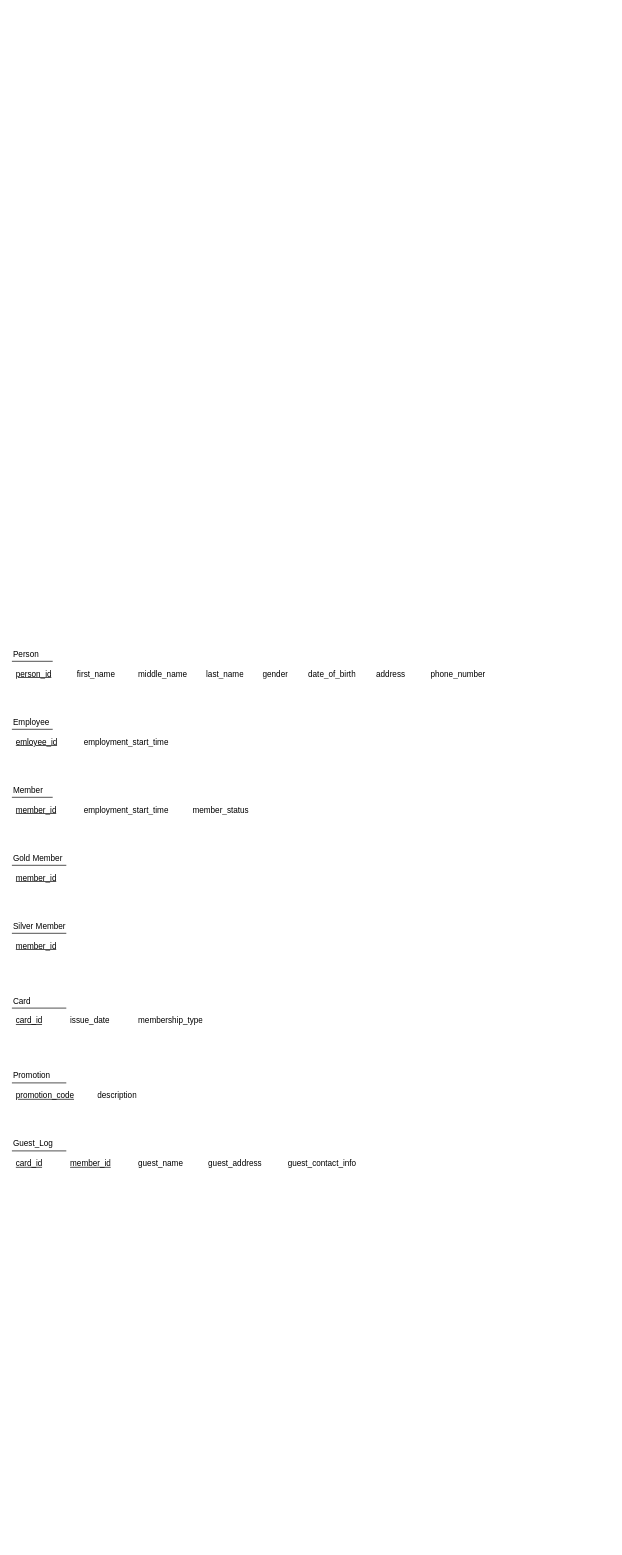
AO-5002/cs4347-EER-project keeps this draw.io diagram as page "RELATIONAL SCHEMA" (2 of 2) of CS4347 - Project.drawio. Above is the earlier version. Source tidied: cells renumbered, new cells numbered last; positions are measured from the earlier drawing's top-left corner, leaving out a move shared by most shapes. Both pictures are drawn from the tidied source at 68%, with x=0, y=0 at pixel (12, 644).
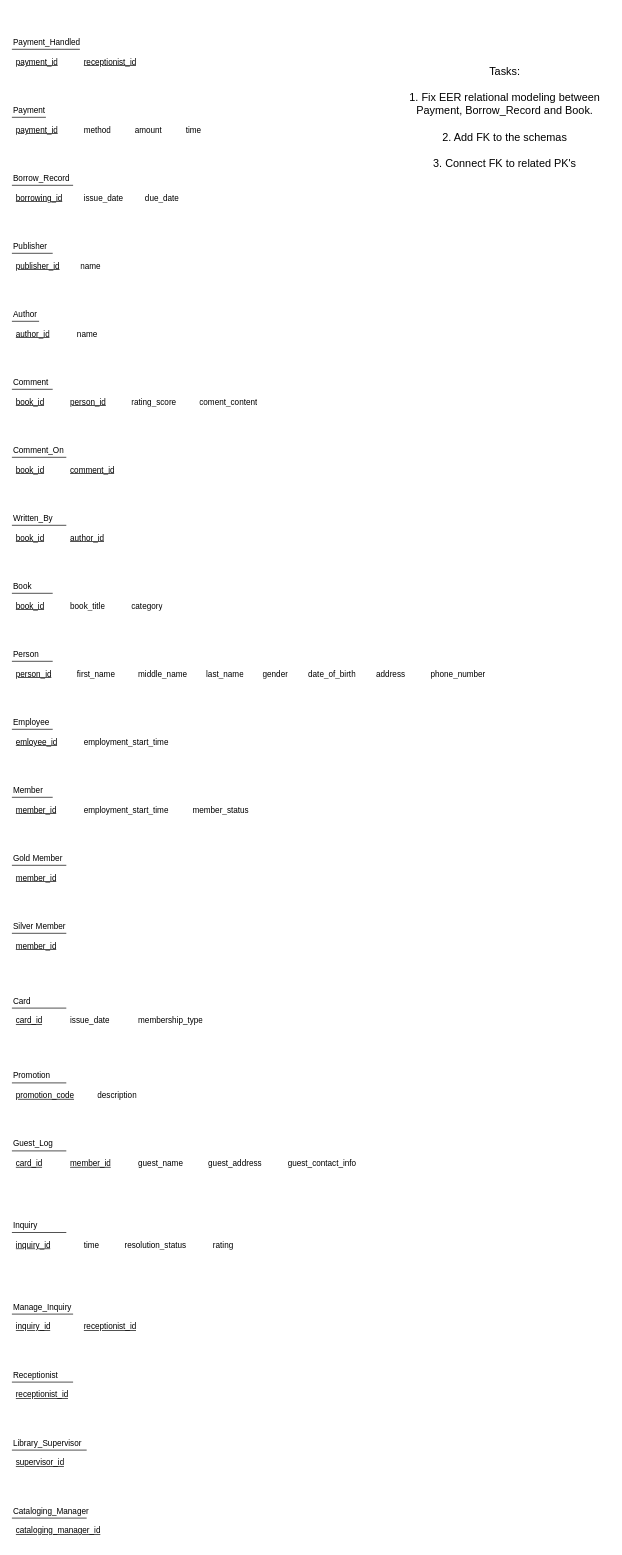
The same diagram, later.

Commit message (it also covers changes not shown here):
Created remaining relational schemas

Change to the diagram source:
```diff
@@
+    <mxCell id="43" value="Book" style="text;html=1;whiteSpace=wrap;strokeColor=none;fillColor=none;align=left;verticalAlign=middle;rounded=0;" parent="1" vertex="1">
+      <mxGeometry y="-100" width="80" height="30" as="geometry" />
+    </mxCell>
+    <mxCell id="44" style="line;strokeWidth=1;dashed=0;labelPosition=right;align=left;verticalAlign=middle;spacingTop=0;spacingLeft=6;" parent="1" vertex="1">
+      <mxGeometry y="-80" width="60" height="10" as="geometry" />
+    </mxCell>
+    <mxCell id="45" value="&lt;u&gt;book_id&lt;/u&gt;" style="text;strokeColor=none;fillColor=none;spacingLeft=4;spacingRight=4;overflow=hidden;fontSize=12;whiteSpace=wrap;html=1;" parent="1" vertex="1">
+      <mxGeometry y="-70" width="80" height="30" as="geometry" />
+    </mxCell>
+    <mxCell id="46" value="book_title" style="text;strokeColor=none;fillColor=none;spacingLeft=4;spacingRight=4;overflow=hidden;fontSize=12;whiteSpace=wrap;html=1;" parent="1" vertex="1">
+      <mxGeometry x="80" y="-70" width="150" height="30" as="geometry" />
+    </mxCell>
+    <mxCell id="47" value="category" style="text;strokeColor=none;fillColor=none;spacingLeft=4;spacingRight=4;overflow=hidden;fontSize=12;whiteSpace=wrap;html=1;" parent="1" vertex="1">
+      <mxGeometry x="170" y="-70" width="150" height="30" as="geometry" />
+    </mxCell>
+    <mxCell id="48" value="Comment" style="text;html=1;whiteSpace=wrap;strokeColor=none;fillColor=none;align=left;verticalAlign=middle;rounded=0;" parent="1" vertex="1">
+      <mxGeometry y="-400" width="80" height="30" as="geometry" />
+    </mxCell>
+    <mxCell id="49" style="line;strokeWidth=1;dashed=0;labelPosition=right;align=left;verticalAlign=middle;spacingTop=0;spacingLeft=6;" parent="1" vertex="1">
+      <mxGeometry y="-380" width="60" height="10" as="geometry" />
+    </mxCell>
+    <mxCell id="50" value="&lt;u&gt;book_id&lt;/u&gt;" style="text;strokeColor=none;fillColor=none;spacingLeft=4;spacingRight=4;overflow=hidden;fontSize=12;whiteSpace=wrap;html=1;" parent="1" vertex="1">
+      <mxGeometry y="-370" width="80" height="30" as="geometry" />
+    </mxCell>
+    <mxCell id="51" value="&lt;u&gt;person_id&lt;/u&gt;" style="text;strokeColor=none;fillColor=none;spacingLeft=4;spacingRight=4;overflow=hidden;fontSize=12;whiteSpace=wrap;html=1;" parent="1" vertex="1">
+      <mxGeometry x="80" y="-370" width="70" height="30" as="geometry" />
+    </mxCell>
+    <mxCell id="52" value="rating_score" style="text;strokeColor=none;fillColor=none;spacingLeft=4;spacingRight=4;overflow=hidden;fontSize=12;whiteSpace=wrap;html=1;" parent="1" vertex="1">
+      <mxGeometry x="170" y="-370" width="80" height="30" as="geometry" />
+    </mxCell>
+    <mxCell id="53" value="coment_content" style="text;strokeColor=none;fillColor=none;spacingLeft=4;spacingRight=4;overflow=hidden;fontSize=12;whiteSpace=wrap;html=1;" parent="1" vertex="1">
+      <mxGeometry x="270" y="-370" width="110" height="30" as="geometry" />
+    </mxCell>
+    <mxCell id="54" value="Comment_On" style="text;html=1;whiteSpace=wrap;strokeColor=none;fillColor=none;align=left;verticalAlign=middle;rounded=0;" parent="1" vertex="1">
+      <mxGeometry y="-300" width="90" height="30" as="geometry" />
+    </mxCell>
+    <mxCell id="55" style="line;strokeWidth=1;dashed=0;labelPosition=right;align=left;verticalAlign=middle;spacingTop=0;spacingLeft=6;" parent="1" vertex="1">
+      <mxGeometry y="-280" width="80" height="10" as="geometry" />
+    </mxCell>
+    <mxCell id="56" value="&lt;u&gt;book_id&lt;/u&gt;" style="text;strokeColor=none;fillColor=none;spacingLeft=4;spacingRight=4;overflow=hidden;fontSize=12;whiteSpace=wrap;html=1;" parent="1" vertex="1">
+      <mxGeometry y="-270" width="80" height="30" as="geometry" />
+    </mxCell>
+    <mxCell id="57" value="&lt;u&gt;comment_id&lt;/u&gt;" style="text;strokeColor=none;fillColor=none;spacingLeft=4;spacingRight=4;overflow=hidden;fontSize=12;whiteSpace=wrap;html=1;" parent="1" vertex="1">
+      <mxGeometry x="80" y="-270" width="80" height="30" as="geometry" />
+    </mxCell>
+    <mxCell id="58" value="Author" style="text;html=1;whiteSpace=wrap;strokeColor=none;fillColor=none;align=left;verticalAlign=middle;rounded=0;" parent="1" vertex="1">
+      <mxGeometry y="-500" width="80" height="30" as="geometry" />
+    </mxCell>
+    <mxCell id="59" style="line;strokeWidth=1;dashed=0;labelPosition=right;align=left;verticalAlign=middle;spacingTop=0;spacingLeft=6;" parent="1" vertex="1">
+      <mxGeometry y="-480" width="40" height="10" as="geometry" />
+    </mxCell>
+    <mxCell id="60" value="&lt;u&gt;author_id&lt;/u&gt;" style="text;strokeColor=none;fillColor=none;spacingLeft=4;spacingRight=4;overflow=hidden;fontSize=12;whiteSpace=wrap;html=1;" parent="1" vertex="1">
+      <mxGeometry y="-470" width="80" height="30" as="geometry" />
+    </mxCell>
+    <mxCell id="61" value="name" style="text;strokeColor=none;fillColor=none;spacingLeft=4;spacingRight=4;overflow=hidden;fontSize=12;whiteSpace=wrap;html=1;" parent="1" vertex="1">
+      <mxGeometry x="90" y="-470" width="70" height="30" as="geometry" />
+    </mxCell>
+    <mxCell id="62" value="Written_By" style="text;html=1;whiteSpace=wrap;strokeColor=none;fillColor=none;align=left;verticalAlign=middle;rounded=0;" parent="1" vertex="1">
+      <mxGeometry y="-200" width="90" height="30" as="geometry" />
+    </mxCell>
+    <mxCell id="63" style="line;strokeWidth=1;dashed=0;labelPosition=right;align=left;verticalAlign=middle;spacingTop=0;spacingLeft=6;" parent="1" vertex="1">
+      <mxGeometry y="-180" width="80" height="10" as="geometry" />
+    </mxCell>
+    <mxCell id="64" value="&lt;u&gt;book_id&lt;/u&gt;" style="text;strokeColor=none;fillColor=none;spacingLeft=4;spacingRight=4;overflow=hidden;fontSize=12;whiteSpace=wrap;html=1;" parent="1" vertex="1">
+      <mxGeometry y="-170" width="80" height="30" as="geometry" />
+    </mxCell>
+    <mxCell id="65" value="&lt;u&gt;author_id&lt;/u&gt;" style="text;strokeColor=none;fillColor=none;spacingLeft=4;spacingRight=4;overflow=hidden;fontSize=12;whiteSpace=wrap;html=1;" parent="1" vertex="1">
+      <mxGeometry x="80" y="-170" width="80" height="30" as="geometry" />
+    </mxCell>
+    <mxCell id="66" value="Publisher" style="text;html=1;whiteSpace=wrap;strokeColor=none;fillColor=none;align=left;verticalAlign=middle;rounded=0;" parent="1" vertex="1">
+      <mxGeometry y="-600" width="80" height="30" as="geometry" />
+    </mxCell>
+    <mxCell id="67" style="line;strokeWidth=1;dashed=0;labelPosition=right;align=left;verticalAlign=middle;spacingTop=0;spacingLeft=6;" parent="1" vertex="1">
+      <mxGeometry y="-580" width="60" height="10" as="geometry" />
+    </mxCell>
+    <mxCell id="68" value="&lt;u&gt;publisher_id&lt;/u&gt;" style="text;strokeColor=none;fillColor=none;spacingLeft=4;spacingRight=4;overflow=hidden;fontSize=12;whiteSpace=wrap;html=1;" parent="1" vertex="1">
+      <mxGeometry y="-570" width="80" height="30" as="geometry" />
+    </mxCell>
+    <mxCell id="69" value="name" style="text;strokeColor=none;fillColor=none;spacingLeft=4;spacingRight=4;overflow=hidden;fontSize=12;whiteSpace=wrap;html=1;" parent="1" vertex="1">
+      <mxGeometry x="95" y="-570" width="70" height="30" as="geometry" />
+    </mxCell>
+    <mxCell id="70" value="Borrow_Record" style="text;html=1;whiteSpace=wrap;strokeColor=none;fillColor=none;align=left;verticalAlign=middle;rounded=0;" parent="1" vertex="1">
+      <mxGeometry y="-700" width="100" height="30" as="geometry" />
+    </mxCell>
+    <mxCell id="71" style="line;strokeWidth=1;dashed=0;labelPosition=right;align=left;verticalAlign=middle;spacingTop=0;spacingLeft=6;" parent="1" vertex="1">
+      <mxGeometry y="-680" width="90" height="10" as="geometry" />
+    </mxCell>
+    <mxCell id="72" value="&lt;u&gt;borrowing_id&lt;/u&gt;" style="text;strokeColor=none;fillColor=none;spacingLeft=4;spacingRight=4;overflow=hidden;fontSize=12;whiteSpace=wrap;html=1;" parent="1" vertex="1">
+      <mxGeometry y="-670" width="80" height="30" as="geometry" />
+    </mxCell>
+    <mxCell id="73" value="issue_date" style="text;strokeColor=none;fillColor=none;spacingLeft=4;spacingRight=4;overflow=hidden;fontSize=12;whiteSpace=wrap;html=1;" parent="1" vertex="1">
+      <mxGeometry x="100" y="-670" width="70" height="30" as="geometry" />
+    </mxCell>
+    <mxCell id="74" value="due_date" style="text;strokeColor=none;fillColor=none;spacingLeft=4;spacingRight=4;overflow=hidden;fontSize=12;whiteSpace=wrap;html=1;" parent="1" vertex="1">
+      <mxGeometry x="190" y="-670" width="70" height="30" as="geometry" />
+    </mxCell>
+    <mxCell id="75" value="Payment" style="text;html=1;whiteSpace=wrap;strokeColor=none;fillColor=none;align=left;verticalAlign=middle;rounded=0;" parent="1" vertex="1">
+      <mxGeometry y="-800" width="100" height="30" as="geometry" />
+    </mxCell>
+    <mxCell id="76" style="line;strokeWidth=1;dashed=0;labelPosition=right;align=left;verticalAlign=middle;spacingTop=0;spacingLeft=6;" parent="1" vertex="1">
+      <mxGeometry y="-780" width="50" height="10" as="geometry" />
+    </mxCell>
+    <mxCell id="77" value="&lt;u&gt;payment_id&lt;/u&gt;" style="text;strokeColor=none;fillColor=none;spacingLeft=4;spacingRight=4;overflow=hidden;fontSize=12;whiteSpace=wrap;html=1;" parent="1" vertex="1">
+      <mxGeometry y="-770" width="80" height="30" as="geometry" />
+    </mxCell>
+    <mxCell id="78" value="method" style="text;strokeColor=none;fillColor=none;spacingLeft=4;spacingRight=4;overflow=hidden;fontSize=12;whiteSpace=wrap;html=1;" parent="1" vertex="1">
+      <mxGeometry x="100" y="-770" width="120" height="30" as="geometry" />
+    </mxCell>
+    <mxCell id="79" value="amount" style="text;strokeColor=none;fillColor=none;spacingLeft=4;spacingRight=4;overflow=hidden;fontSize=12;whiteSpace=wrap;html=1;" parent="1" vertex="1">
+      <mxGeometry x="175" y="-770" width="70" height="30" as="geometry" />
+    </mxCell>
+    <mxCell id="80" value="time" style="text;strokeColor=none;fillColor=none;spacingLeft=4;spacingRight=4;overflow=hidden;fontSize=12;whiteSpace=wrap;html=1;" parent="1" vertex="1">
+      <mxGeometry x="250" y="-770" width="70" height="30" as="geometry" />
+    </mxCell>
+    <mxCell id="81" value="Inquiry" style="text;html=1;whiteSpace=wrap;strokeColor=none;fillColor=none;align=left;verticalAlign=middle;rounded=0;" parent="1" vertex="1">
+      <mxGeometry y="840" width="80" height="30" as="geometry" />
+    </mxCell>
+    <mxCell id="82" style="line;strokeWidth=1;dashed=0;labelPosition=right;align=left;verticalAlign=middle;spacingTop=0;spacingLeft=6;" parent="1" vertex="1">
+      <mxGeometry y="860" width="80" height="10" as="geometry" />
+    </mxCell>
+    <mxCell id="83" value="&lt;u&gt;inquiry_id&lt;/u&gt;" style="text;strokeColor=none;fillColor=none;spacingLeft=4;spacingRight=4;overflow=hidden;fontSize=12;whiteSpace=wrap;html=1;" parent="1" vertex="1">
+      <mxGeometry y="870" width="80" height="30" as="geometry" />
+    </mxCell>
+    <mxCell id="84" value="time" style="text;strokeColor=none;fillColor=none;spacingLeft=4;spacingRight=4;overflow=hidden;fontSize=12;whiteSpace=wrap;html=1;" parent="1" vertex="1">
+      <mxGeometry x="100" y="870" width="80" height="30" as="geometry" />
+    </mxCell>
+    <mxCell id="85" value="resolution_status" style="text;strokeColor=none;fillColor=none;spacingLeft=4;spacingRight=4;overflow=hidden;fontSize=12;whiteSpace=wrap;html=1;" parent="1" vertex="1">
+      <mxGeometry x="160" y="870" width="120" height="30" as="geometry" />
+    </mxCell>
+    <mxCell id="86" value="rating" style="text;strokeColor=none;fillColor=none;spacingLeft=4;spacingRight=4;overflow=hidden;fontSize=12;whiteSpace=wrap;html=1;" parent="1" vertex="1">
+      <mxGeometry x="290" y="870" width="120" height="30" as="geometry" />
+    </mxCell>
+    <mxCell id="87" value="Manage_Inquiry" style="text;html=1;whiteSpace=wrap;strokeColor=none;fillColor=none;align=left;verticalAlign=middle;rounded=0;" parent="1" vertex="1">
+      <mxGeometry y="960" width="120" height="30" as="geometry" />
+    </mxCell>
+    <mxCell id="88" style="line;strokeWidth=1;dashed=0;labelPosition=right;align=left;verticalAlign=middle;spacingTop=0;spacingLeft=6;" parent="1" vertex="1">
+      <mxGeometry y="980" width="90" height="10" as="geometry" />
+    </mxCell>
+    <mxCell id="89" value="&lt;u&gt;inquiry_id&lt;/u&gt;" style="text;strokeColor=none;fillColor=none;spacingLeft=4;spacingRight=4;overflow=hidden;fontSize=12;whiteSpace=wrap;html=1;" parent="1" vertex="1">
+      <mxGeometry y="990" width="80" height="30" as="geometry" />
+    </mxCell>
+    <mxCell id="90" value="&lt;u&gt;receptionist_id&lt;/u&gt;" style="text;strokeColor=none;fillColor=none;spacingLeft=4;spacingRight=4;overflow=hidden;fontSize=12;whiteSpace=wrap;html=1;" parent="1" vertex="1">
+      <mxGeometry x="100" y="990" width="90" height="30" as="geometry" />
+    </mxCell>
+    <mxCell id="91" value="Receptionist" style="text;html=1;whiteSpace=wrap;strokeColor=none;fillColor=none;align=left;verticalAlign=middle;rounded=0;" parent="1" vertex="1">
+      <mxGeometry y="1060" width="120" height="30" as="geometry" />
+    </mxCell>
+    <mxCell id="92" style="line;strokeWidth=1;dashed=0;labelPosition=right;align=left;verticalAlign=middle;spacingTop=0;spacingLeft=6;" parent="1" vertex="1">
+      <mxGeometry y="1080" width="90" height="10" as="geometry" />
+    </mxCell>
+    <mxCell id="93" value="&lt;u&gt;receptionist_id&lt;/u&gt;" style="text;strokeColor=none;fillColor=none;spacingLeft=4;spacingRight=4;overflow=hidden;fontSize=12;whiteSpace=wrap;html=1;" parent="1" vertex="1">
+      <mxGeometry y="1090" width="90" height="30" as="geometry" />
+    </mxCell>
+    <mxCell id="94" value="Library_Supervisor" style="text;html=1;whiteSpace=wrap;strokeColor=none;fillColor=none;align=left;verticalAlign=middle;rounded=0;" parent="1" vertex="1">
+      <mxGeometry y="1160" width="120" height="30" as="geometry" />
+    </mxCell>
+    <mxCell id="95" style="line;strokeWidth=1;dashed=0;labelPosition=right;align=left;verticalAlign=middle;spacingTop=0;spacingLeft=6;" parent="1" vertex="1">
+      <mxGeometry y="1180" width="110" height="10" as="geometry" />
+    </mxCell>
+    <mxCell id="96" value="&lt;u&gt;supervisor_id&lt;/u&gt;" style="text;strokeColor=none;fillColor=none;spacingLeft=4;spacingRight=4;overflow=hidden;fontSize=12;whiteSpace=wrap;html=1;" parent="1" vertex="1">
+      <mxGeometry y="1190" width="90" height="30" as="geometry" />
+    </mxCell>
+    <mxCell id="97" value="Cataloging_Manager" style="text;html=1;whiteSpace=wrap;strokeColor=none;fillColor=none;align=left;verticalAlign=middle;rounded=0;" parent="1" vertex="1">
+      <mxGeometry y="1260" width="120" height="30" as="geometry" />
+    </mxCell>
+    <mxCell id="98" style="line;strokeWidth=1;dashed=0;labelPosition=right;align=left;verticalAlign=middle;spacingTop=0;spacingLeft=6;" parent="1" vertex="1">
+      <mxGeometry y="1280" width="110" height="10" as="geometry" />
+    </mxCell>
+    <mxCell id="99" value="&lt;u&gt;cataloging_manager_id&lt;/u&gt;" style="text;strokeColor=none;fillColor=none;spacingLeft=4;spacingRight=4;overflow=hidden;fontSize=12;whiteSpace=wrap;html=1;" parent="1" vertex="1">
+      <mxGeometry y="1290" width="140" height="30" as="geometry" />
+    </mxCell>
+    <mxCell id="100" value="Payment_Handled" style="text;html=1;whiteSpace=wrap;strokeColor=none;fillColor=none;align=left;verticalAlign=middle;rounded=0;" parent="1" vertex="1">
+      <mxGeometry y="-900" width="110" height="30" as="geometry" />
+    </mxCell>
+    <mxCell id="101" style="line;strokeWidth=1;dashed=0;labelPosition=right;align=left;verticalAlign=middle;spacingTop=0;spacingLeft=6;" parent="1" vertex="1">
+      <mxGeometry y="-880" width="100" height="10" as="geometry" />
+    </mxCell>
+    <mxCell id="102" value="&lt;u&gt;payment_id&lt;/u&gt;" style="text;strokeColor=none;fillColor=none;spacingLeft=4;spacingRight=4;overflow=hidden;fontSize=12;whiteSpace=wrap;html=1;" parent="1" vertex="1">
+      <mxGeometry y="-870" width="80" height="30" as="geometry" />
+    </mxCell>
+    <mxCell id="103" value="&lt;u&gt;receptionist_id&lt;/u&gt;" style="text;strokeColor=none;fillColor=none;spacingLeft=4;spacingRight=4;overflow=hidden;fontSize=12;whiteSpace=wrap;html=1;" parent="1" vertex="1">
+      <mxGeometry x="100" y="-870" width="120" height="30" as="geometry" />
+    </mxCell>
+    <mxCell id="104" value="&lt;font style=&quot;font-size: 16px;&quot;&gt;Tasks:&lt;/font&gt;&lt;div&gt;&lt;font size=&quot;3&quot;&gt;&lt;br&gt;&lt;/font&gt;&lt;div&gt;&lt;font style=&quot;font-size: 16px;&quot;&gt;1. Fix EER relational modeling between Payment, Borrow_Record and Book.&lt;/font&gt;&lt;/div&gt;&lt;div&gt;&lt;font style=&quot;font-size: 16px;&quot;&gt;&lt;br&gt;&lt;/font&gt;&lt;/div&gt;&lt;div&gt;&lt;font style=&quot;font-size: 16px;&quot;&gt;2. Add FK to the schemas&lt;/font&gt;&lt;/div&gt;&lt;/div&gt;&lt;div&gt;&lt;font style=&quot;font-size: 16px;&quot;&gt;&lt;br&gt;&lt;/font&gt;&lt;/div&gt;&lt;div&gt;&lt;font style=&quot;font-size: 16px;&quot;&gt;3. Connect FK to related PK's&lt;/font&gt;&lt;/div&gt;" style="text;html=1;whiteSpace=wrap;strokeColor=none;fillColor=none;align=center;verticalAlign=middle;rounded=0;" parent="1" vertex="1">
+      <mxGeometry x="570" y="-930" width="310" height="310" as="geometry" />
+    </mxCell>
```
